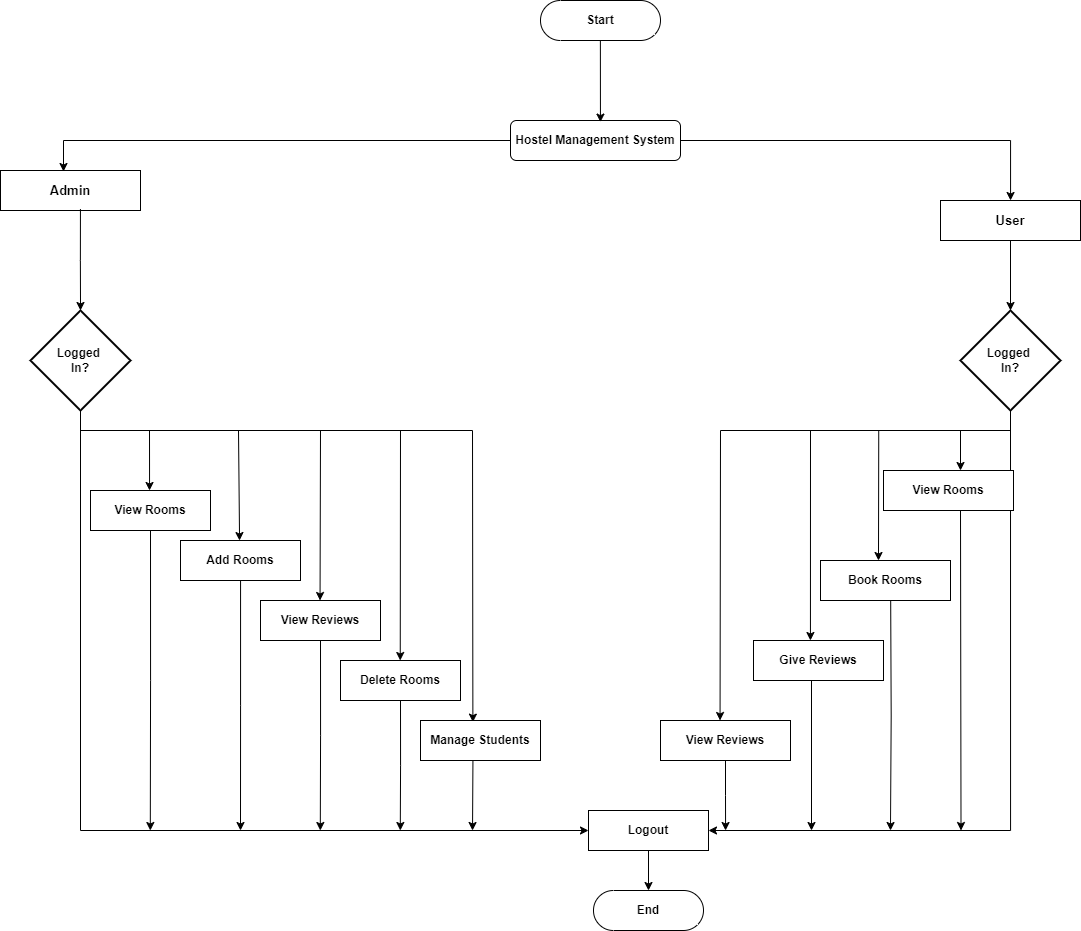
This is Diagrams/Flowchart.png from ItsSagar-git/Hostel-Management-System-Laravel, a draw.io export, as it was before one commit. Source tidied: cells renumbered, new cells last; positions are measured from the earlier drawing's top-left corner, leaving out a move shared by most shapes.
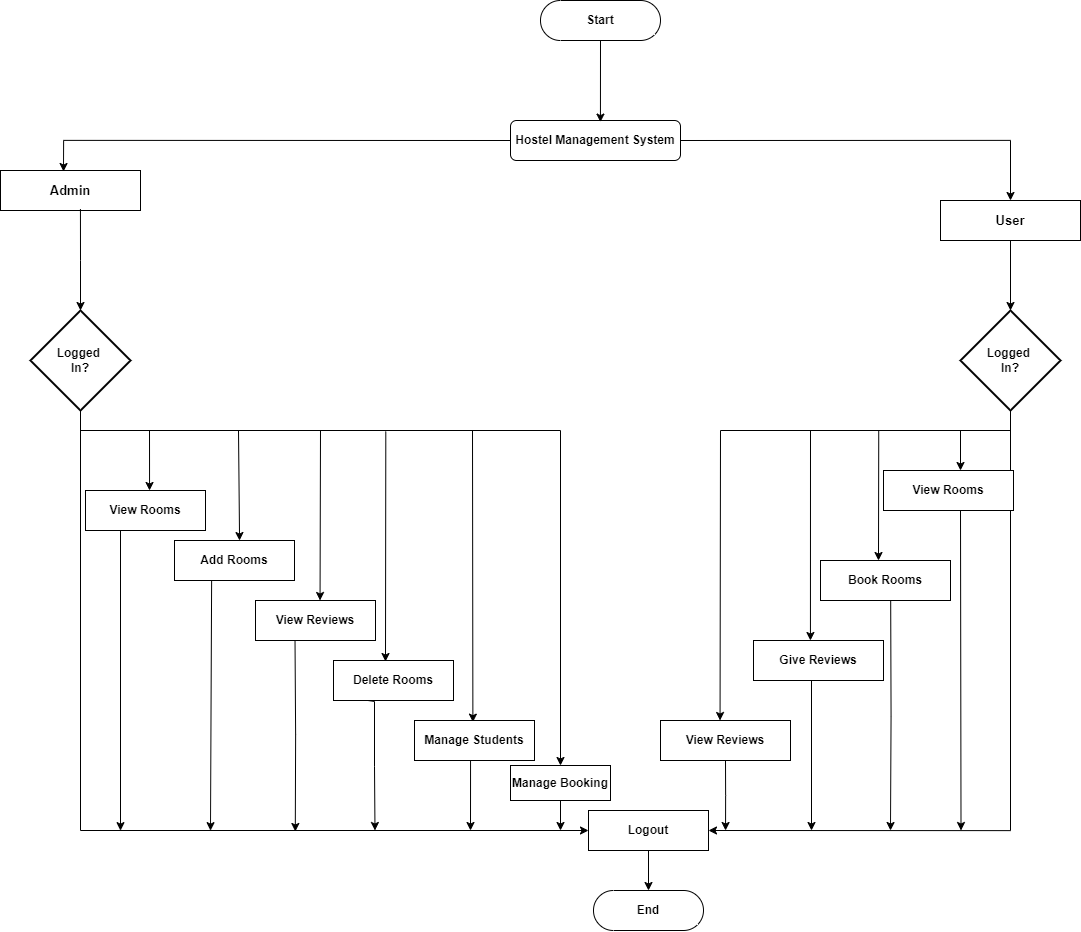
After the commit.

The edit, as a diff of the source:
```diff
@@ -59,39 +59,58 @@
       </mxGeometry>
     </mxCell>
     <mxCell id="16" value="&lt;b&gt;Manage Students&lt;/b&gt;" style="rounded=0;whiteSpace=wrap;html=1;" parent="1" vertex="1">
-      <mxGeometry x="420" y="720" width="120" height="40" as="geometry" />
+      <mxGeometry x="414" y="720" width="120" height="40" as="geometry" />
     </mxCell>
-    <mxCell id="17" style="edgeStyle=orthogonalEdgeStyle;rounded=0;jettySize=auto;html=1;exitX=0.5;exitY=1;exitDx=0;exitDy=0;" parent="1" edge="1" source="18">
+    <mxCell id="17" style="edgeStyle=orthogonalEdgeStyle;rounded=0;orthogonalLoop=1;jettySize=auto;html=1;exitX=0.5;exitY=1;exitDx=0;exitDy=0;" parent="1" edge="1">
       <mxGeometry relative="1" as="geometry">
-        <mxPoint x="149.8" y="830" as="targetPoint" />
+        <mxPoint x="110" y="520" as="sourcePoint" />
+        <mxPoint x="120" y="830" as="targetPoint" />
+        <Array as="points">
+          <mxPoint x="120" y="520" />
+          <mxPoint x="120" y="830" />
+        </Array>
       </mxGeometry>
     </mxCell>
     <mxCell id="18" value="&lt;b&gt;View Rooms&lt;/b&gt;" style="rounded=0;whiteSpace=wrap;html=1;" parent="1" vertex="1">
-      <mxGeometry x="90" y="490" width="120" height="40" as="geometry" />
+      <mxGeometry x="85" y="490" width="120" height="40" as="geometry" />
     </mxCell>
-    <mxCell id="19" style="edgeStyle=orthogonalEdgeStyle;rounded=0;jettySize=auto;html=1;" parent="1" edge="1" source="20">
+    <mxCell id="19" style="edgeStyle=orthogonalEdgeStyle;rounded=0;orthogonalLoop=1;jettySize=auto;html=1;" parent="1" edge="1">
       <mxGeometry relative="1" as="geometry">
-        <mxPoint x="240" y="830" as="targetPoint" />
+        <mxPoint x="205" y="580" as="sourcePoint" />
+        <mxPoint x="211" y="830" as="targetPoint" />
+        <Array as="points">
+          <mxPoint x="211" y="580" />
+          <mxPoint x="211" y="581" />
+          <mxPoint x="210" y="581" />
+          <mxPoint x="210" y="830" />
+        </Array>
       </mxGeometry>
     </mxCell>
     <mxCell id="20" value="&lt;b&gt;Add Rooms&lt;/b&gt;" style="rounded=0;whiteSpace=wrap;html=1;" parent="1" vertex="1">
-      <mxGeometry x="180" y="540" width="120" height="40" as="geometry" />
+      <mxGeometry x="174" y="540" width="120" height="40" as="geometry" />
     </mxCell>
-    <mxCell id="21" style="edgeStyle=orthogonalEdgeStyle;rounded=0;jettySize=auto;html=1;exitX=0.5;exitY=1;exitDx=0;exitDy=0;" parent="1" edge="1" source="22">
+    <mxCell id="21" style="edgeStyle=orthogonalEdgeStyle;rounded=0;orthogonalLoop=1;jettySize=auto;html=1;exitX=0.329;exitY=1.025;exitDx=0;exitDy=0;exitPerimeter=0;" parent="1" edge="1">
       <mxGeometry relative="1" as="geometry">
-        <mxPoint x="319.8" y="830" as="targetPoint" />
+        <mxPoint x="294.5" y="637" as="sourcePoint" />
+        <mxPoint x="294.8" y="831" as="targetPoint" />
       </mxGeometry>
     </mxCell>
     <mxCell id="22" value="&lt;b&gt;View Reviews&lt;/b&gt;" style="rounded=0;whiteSpace=wrap;html=1;" parent="1" vertex="1">
-      <mxGeometry x="260" y="600" width="120" height="40" as="geometry" />
+      <mxGeometry x="255" y="600" width="120" height="40" as="geometry" />
     </mxCell>
-    <mxCell id="23" style="edgeStyle=orthogonalEdgeStyle;rounded=0;jettySize=auto;html=1;exitX=0.5;exitY=1;exitDx=0;exitDy=0;" parent="1" edge="1" source="24">
+    <mxCell id="23" style="edgeStyle=orthogonalEdgeStyle;rounded=0;orthogonalLoop=1;jettySize=auto;html=1;exitX=0.5;exitY=1;exitDx=0;exitDy=0;" parent="1" edge="1">
       <mxGeometry relative="1" as="geometry">
-        <mxPoint x="399.8" y="830" as="targetPoint" />
+        <mxPoint x="367.7" y="700" as="sourcePoint" />
+        <mxPoint x="374.5" y="830" as="targetPoint" />
+        <Array as="points">
+          <mxPoint x="368" y="701" />
+          <mxPoint x="374" y="701" />
+          <mxPoint x="374" y="766" />
+        </Array>
       </mxGeometry>
     </mxCell>
     <mxCell id="24" value="&lt;b&gt;Delete Rooms&lt;/b&gt;" style="rounded=0;whiteSpace=wrap;html=1;" parent="1" vertex="1">
-      <mxGeometry x="340" y="660" width="120" height="40" as="geometry" />
+      <mxGeometry x="333" y="660" width="120" height="40" as="geometry" />
     </mxCell>
     <mxCell id="25" style="endArrow=classic;html=1;rounded=0;entryX=0.417;entryY=0;entryDx=0;entryDy=0;entryPerimeter=0;" parent="1" edge="1">
       <mxGeometry relative="1" as="geometry">
@@ -113,13 +132,13 @@
     </mxCell>
     <mxCell id="28" style="endArrow=classic;html=1;rounded=0;entryX=0.542;entryY=0.001;entryDx=0;entryDy=0;entryPerimeter=0;" parent="1" edge="1">
       <mxGeometry relative="1" as="geometry">
-        <mxPoint x="400" y="430" as="sourcePoint" />
-        <mxPoint x="399.7" y="660" as="targetPoint" />
+        <mxPoint x="385.3" y="431" as="sourcePoint" />
+        <mxPoint x="385" y="661" as="targetPoint" />
       </mxGeometry>
     </mxCell>
-    <mxCell id="29" style="endArrow=classic;html=1;rounded=0;exitX=0.437;exitY=1.004;exitDx=0;exitDy=0;exitPerimeter=0;" parent="1" edge="1" source="16">
+    <mxCell id="29" style="endArrow=classic;html=1;rounded=0;exitX=0.467;exitY=1;exitDx=0;exitDy=0;exitPerimeter=0;" parent="1" edge="1" source="16">
       <mxGeometry relative="1" as="geometry">
-        <mxPoint x="472" y="830" as="targetPoint" />
+        <mxPoint x="470" y="830" as="targetPoint" />
       </mxGeometry>
     </mxCell>
     <mxCell id="30" style="endArrow=classic;html=1;rounded=0;entryX=0.458;entryY=0;entryDx=0;entryDy=0;entryPerimeter=0;" parent="1" edge="1" target="32">
@@ -196,5 +215,24 @@
     <mxCell id="44" value="&lt;b&gt;Start&lt;/b&gt;" style="html=1;dashed=0;whiteSpace=wrap;shape=mxgraph.dfd.start;" parent="1" vertex="1">
       <mxGeometry x="540" width="120" height="40" as="geometry" />
     </mxCell>
+    <mxCell id="45" style="endArrow=classic;html=1;rounded=0;" parent="1" edge="1" target="48">
+      <mxGeometry relative="1" as="geometry">
+        <mxPoint x="560" y="430" as="sourcePoint" />
+      </mxGeometry>
+    </mxCell>
+    <mxCell id="46" style="endArrow=none;html=1;rounded=0;" parent="1" edge="1">
+      <mxGeometry relative="1" as="geometry">
+        <mxPoint x="470" y="430" as="sourcePoint" />
+        <mxPoint x="560" y="430" as="targetPoint" />
+      </mxGeometry>
+    </mxCell>
+    <mxCell id="47" style="edgeStyle=orthogonalEdgeStyle;rounded=0;jettySize=auto;html=1;exitX=0.5;exitY=1;exitDx=0;exitDy=0;" parent="1" edge="1" source="48">
+      <mxGeometry relative="1" as="geometry">
+        <mxPoint x="560" y="830" as="targetPoint" />
+      </mxGeometry>
+    </mxCell>
+    <mxCell id="48" value="&lt;b&gt;Manage Booking&lt;/b&gt;" style="rounded=0;whiteSpace=wrap;html=1;" parent="1" vertex="1">
+      <mxGeometry x="510" y="765" width="100" height="35" as="geometry" />
+    </mxCell>
   </root>
 </mxGraphModel>
```
